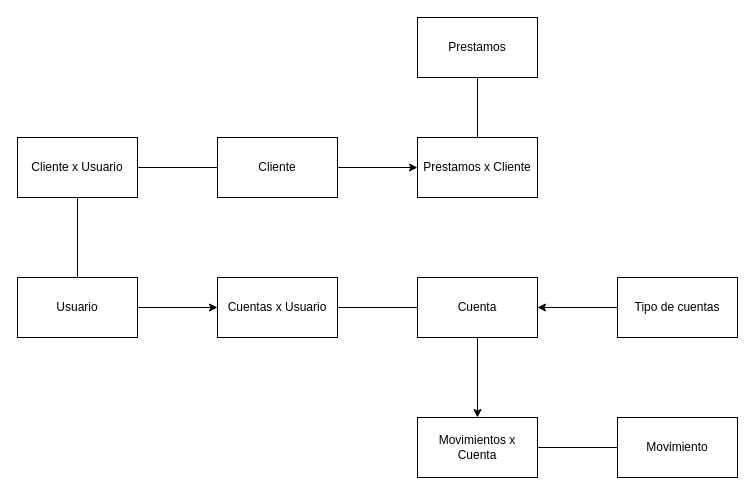
The draw.io diagram Documentación/DER.drawio in AxelNegro/Banco_Laboratorio_V, before the edit. Source tidied: cells renumbered, new cells numbered last; positions are measured from the earlier drawing's top-left corner, leaving out a move shared by most shapes. Both pictures are drawn from the tidied source at 100%, with x=0, y=0 at pixel (17, 17).
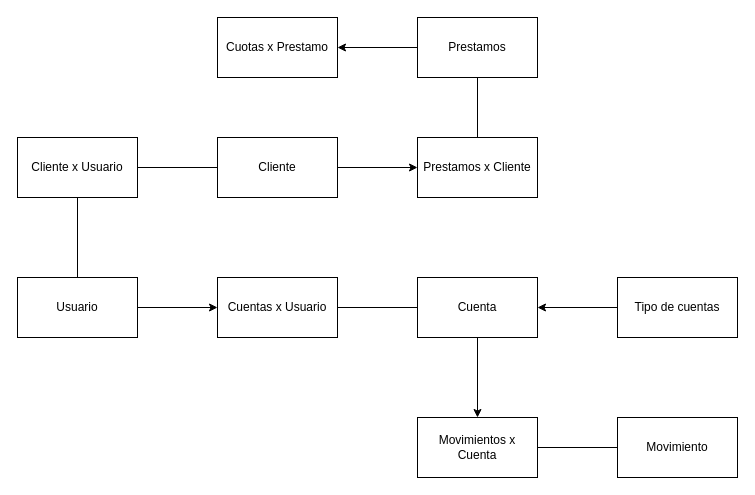
The same diagram, later.

Commit message (it also covers changes not shown here):
Actualizados DERs

Unchanged cells that the change refers to:
```xml
<mxCell id="6" value="Prestamos" style="rounded=0;whiteSpace=wrap;html=1;" parent="1" vertex="1">
  <mxGeometry x="400" width="120" height="60" as="geometry" />
</mxCell>
```

Diff of the diagram source:
```diff
@@
+    <mxCell id="21" style="edgeStyle=orthogonalEdgeStyle;rounded=0;jettySize=auto;html=1;" parent="1" edge="1" source="6" target="22">
+      <mxGeometry relative="1" as="geometry" />
+    </mxCell>
@@
+    <mxCell id="22" value="Cuotas x Prestamo" style="rounded=0;whiteSpace=wrap;html=1;" parent="1" vertex="1">
+      <mxGeometry x="200" width="120" height="60" as="geometry" />
+    </mxCell>
```
